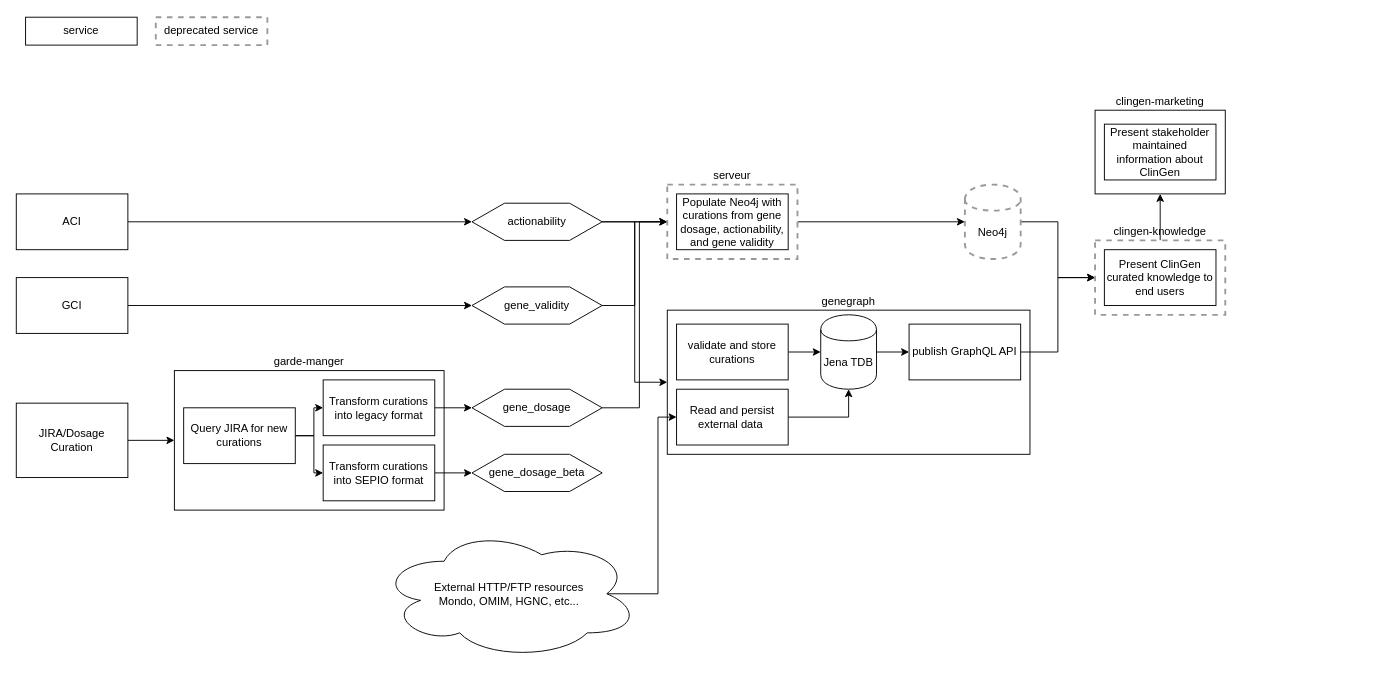
Before: page "current" (1 of 3) of B/G ClinGen Architecture.drawio in clingen-data-model/architecture, a draw.io diagram. Source tidied: cells renumbered, new cells numbered last; positions are measured from the earlier drawing's top-left corner, leaving out a move shared by most shapes. Both pictures are drawn from the tidied source at 93%, with x=0, y=0 at pixel (16, 17).
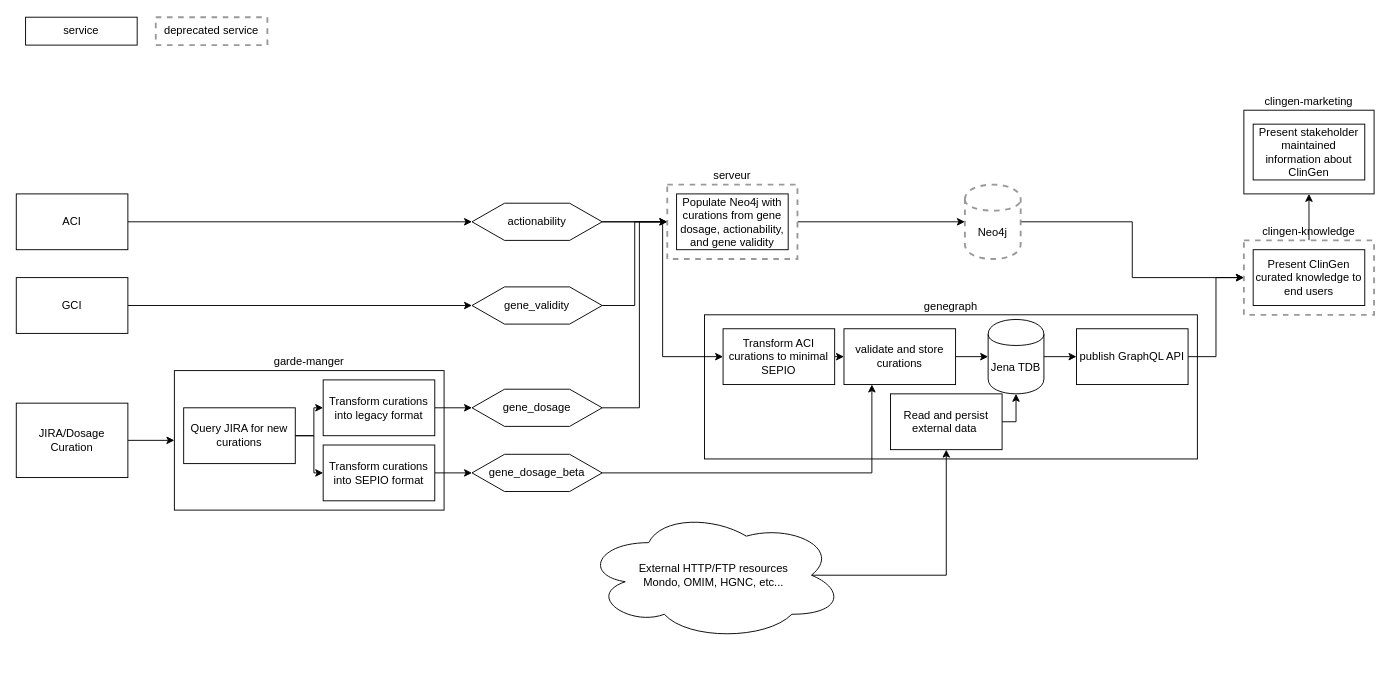
After the change.

Unchanged cells that the change refers to:
```xml
<mxCell id="20" value="gene_dosage_beta" style="shape=hexagon;perimeter=hexagonPerimeter2;whiteSpace=wrap;html=1;" parent="1" vertex="1">
  <mxGeometry x="490" y="470" width="140" height="40" as="geometry" />
</mxCell>
<mxCell id="23" value="actionability" style="shape=hexagon;perimeter=hexagonPerimeter2;whiteSpace=wrap;html=1;" parent="1" vertex="1">
  <mxGeometry x="490" y="200" width="140" height="40" as="geometry" />
</mxCell>
```

What changed in the source:
```diff
@@
+    <mxCell id="28" value="genegraph" style="rounded=0;whiteSpace=wrap;html=1;labelPosition=center;verticalLabelPosition=top;align=center;verticalAlign=bottom;" parent="1" vertex="1">
+      <mxGeometry x="740" y="320" width="530" height="155" as="geometry" />
+    </mxCell>
@@
+    <mxCell id="49" style="edgeStyle=orthogonalEdgeStyle;rounded=0;jettySize=auto;html=1;exitX=1;exitY=0.5;exitDx=0;exitDy=0;entryX=0.25;entryY=1;entryDx=0;entryDy=0;strokeColor=#000000;fontColor=#000000;" parent="1" edge="1" source="20" target="30">
+      <mxGeometry relative="1" as="geometry" />
+    </mxCell>
@@
-    <mxCell id="22" style="edgeStyle=orthogonalEdgeStyle;rounded=0;jettySize=auto;html=1;exitX=1;exitY=0.5;exitDx=0;exitDy=0;entryX=0;entryY=0.5;entryDx=0;entryDy=0;" parent="1" edge="1" source="23" target="28">
+    <mxCell id="22" style="edgeStyle=orthogonalEdgeStyle;rounded=0;jettySize=auto;html=1;exitX=1;exitY=0.5;exitDx=0;exitDy=0;entryX=0;entryY=0.5;entryDx=0;entryDy=0;" parent="1" edge="1" source="23" target="51">
       <mxGeometry relative="1" as="geometry" />
     </mxCell>
@@
-    <mxCell id="28" value="genegraph" style="rounded=0;whiteSpace=wrap;html=1;labelPosition=center;verticalLabelPosition=top;align=center;verticalAlign=bottom;" parent="1" vertex="1">
-      <mxGeometry x="700" y="315" width="390" height="155" as="geometry" />
-    </mxCell>
@@
     <mxCell id="30" value="validate and store curations" style="rounded=0;whiteSpace=wrap;html=1;" parent="1" vertex="1">
-      <mxGeometry x="710" y="330" width="120" height="60" as="geometry" />
+      <mxGeometry x="890" y="335" width="120" height="60" as="geometry" />
     </mxCell>
@@
     <mxCell id="35" value="publish GraphQL API" style="rounded=0;whiteSpace=wrap;html=1;" parent="1" vertex="1">
-      <mxGeometry x="960" y="330" width="120" height="60" as="geometry" />
+      <mxGeometry x="1140" y="335" width="120" height="60" as="geometry" />
     </mxCell>
@@
     <mxCell id="37" value="clingen-knowledge" style="rounded=0;whiteSpace=wrap;html=1;labelPosition=center;verticalLabelPosition=top;align=center;verticalAlign=bottom;strokeColor=#999999;strokeWidth=2;dashed=1;" parent="1" vertex="1">
-      <mxGeometry x="1160" y="240" width="140" height="80" as="geometry" />
+      <mxGeometry x="1320" y="240" width="140" height="80" as="geometry" />
     </mxCell>
     <mxCell id="38" value="clingen-marketing" style="rounded=0;whiteSpace=wrap;html=1;labelPosition=center;verticalLabelPosition=top;align=center;verticalAlign=bottom;" parent="1" vertex="1">
-      <mxGeometry x="1160" y="100" width="140" height="90" as="geometry" />
+      <mxGeometry x="1320" y="100" width="140" height="90" as="geometry" />
     </mxCell>
@@
     <mxCell id="40" value="Jena TDB" style="shape=cylinder;whiteSpace=wrap;html=1;boundedLbl=1;backgroundOutline=1;" parent="1" vertex="1">
-      <mxGeometry x="865" y="320" width="60" height="80" as="geometry" />
+      <mxGeometry x="1045" y="325" width="60" height="80" as="geometry" />
     </mxCell>
     <mxCell id="41" value="Present ClinGen curated knowledge to end users" style="rounded=0;whiteSpace=wrap;html=1;" parent="1" vertex="1">
-      <mxGeometry x="1170" y="250" width="120" height="60" as="geometry" />
+      <mxGeometry x="1330" y="250" width="120" height="60" as="geometry" />
     </mxCell>
     <mxCell id="42" value="Present stakeholder maintained information about ClinGen" style="rounded=0;whiteSpace=wrap;html=1;" parent="1" vertex="1">
-      <mxGeometry x="1170" y="115" width="120" height="60" as="geometry" />
+      <mxGeometry x="1330" y="115" width="120" height="60" as="geometry" />
     </mxCell>
@@
     <mxCell id="44" value="Read and persist external data&amp;nbsp;" style="rounded=0;whiteSpace=wrap;html=1;" parent="1" vertex="1">
-      <mxGeometry x="710" y="400" width="120" height="60" as="geometry" />
+      <mxGeometry x="940" y="405" width="120" height="60" as="geometry" />
     </mxCell>
-    <mxCell id="45" style="edgeStyle=orthogonalEdgeStyle;rounded=0;jettySize=auto;html=1;exitX=0.875;exitY=0.5;exitDx=0;exitDy=0;exitPerimeter=0;entryX=0;entryY=0.5;entryDx=0;entryDy=0;" parent="1" edge="1" source="46" target="44">
+    <mxCell id="45" style="edgeStyle=orthogonalEdgeStyle;rounded=0;jettySize=auto;html=1;exitX=0.875;exitY=0.5;exitDx=0;exitDy=0;exitPerimeter=0;entryX=0.5;entryY=1;entryDx=0;entryDy=0;strokeColor=#000000;fontColor=#000000;" parent="1" edge="1" source="46" target="44">
       <mxGeometry relative="1" as="geometry" />
     </mxCell>
     <mxCell id="46" value="External HTTP/FTP resources&lt;br&gt;Mondo, OMIM, HGNC, etc..." style="ellipse;shape=cloud;whiteSpace=wrap;html=1;" parent="1" vertex="1">
-      <mxGeometry x="390" y="550" width="280" height="140" as="geometry" />
+      <mxGeometry x="610" y="530" width="280" height="140" as="geometry" />
     </mxCell>
@@
+    <mxCell id="50" style="edgeStyle=orthogonalEdgeStyle;rounded=0;jettySize=auto;html=1;exitX=1;exitY=0.5;exitDx=0;exitDy=0;entryX=0;entryY=0.5;entryDx=0;entryDy=0;strokeColor=#000000;fontColor=#000000;" parent="1" edge="1" source="51" target="30">
+      <mxGeometry relative="1" as="geometry" />
+    </mxCell>
+    <mxCell id="51" value="Transform ACI curations to minimal SEPIO" style="rounded=0;whiteSpace=wrap;html=1;strokeColor=#000000;strokeWidth=1;fontColor=#000000;" parent="1" vertex="1">
+      <mxGeometry x="760" y="335" width="120" height="60" as="geometry" />
+    </mxCell>
```
